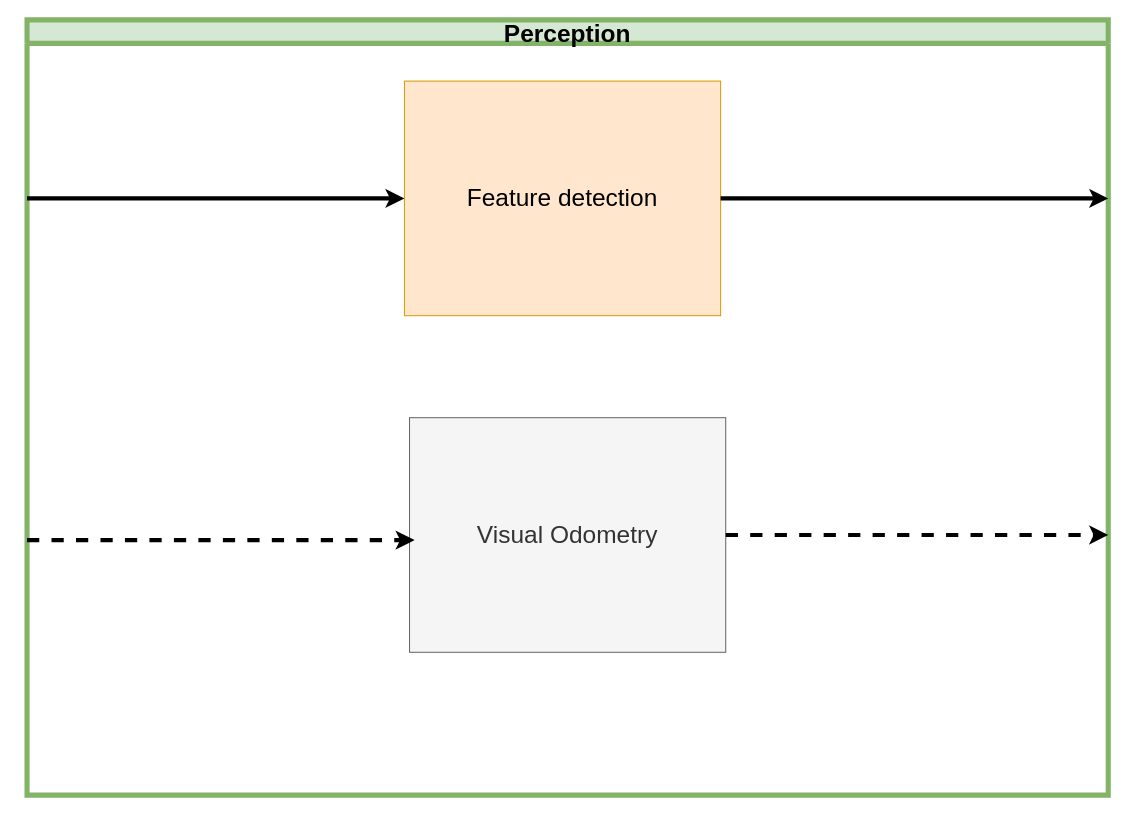
Earlier version of the draw.io diagram page "#2 Perception" (4 of 14) of OutdoorNavigationStructure.drawio (ipa-dmo/ipa_outdoor_docu). Source tidied: cells renumbered, new cells numbered last; positions are measured from the earlier drawing's top-left corner, leaving out a move shared by most shapes. Both pictures are drawn from the tidied source at 102%, with x=0, y=0 at pixel (27, 19).
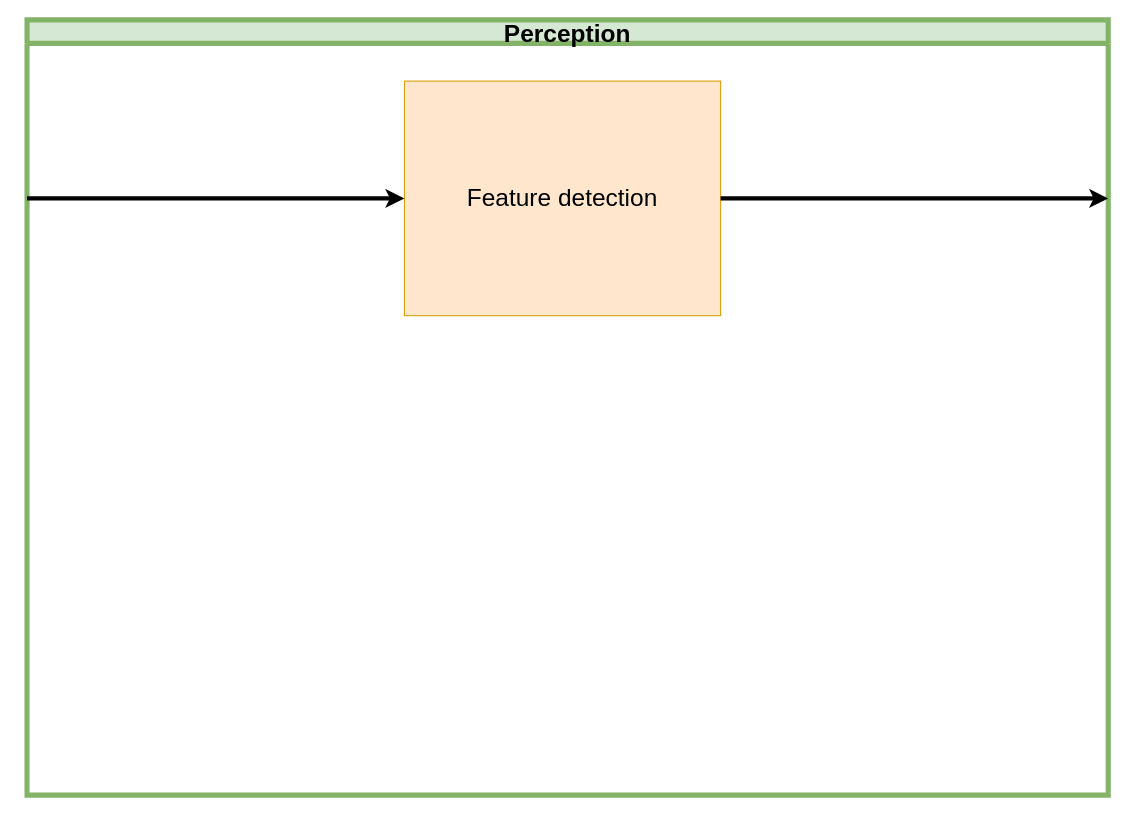
The same page after the edit.

Diff of the diagram source:
```diff
@@
 <mxGraphModel>
   <root>
     <mxCell id="0" />
     <mxCell id="1" parent="0" />
     <mxCell id="2" value="Perception" style="swimlane;fillColor=#d5e8d4;strokeColor=#82b366;fontSize=24;strokeWidth=5;startSize=23;" parent="1" vertex="1">
       <mxGeometry width="1060" height="760" as="geometry" />
     </mxCell>
     <mxCell id="3" value="&lt;font style=&quot;font-size: 24px&quot;&gt;Feature detection&lt;/font&gt;" style="whiteSpace=wrap;html=1;fillColor=#ffe6cc;strokeColor=#d79b00;" parent="2" vertex="1">
       <mxGeometry x="370" y="60" width="310" height="230" as="geometry" />
     </mxCell>
     <mxCell id="4" style="endArrow=classic;html=1;entryX=0;entryY=0.5;entryDx=0;entryDy=0;strokeWidth=4;" parent="2" edge="1" target="3">
       <mxGeometry relative="1" as="geometry">
         <mxPoint y="175" as="sourcePoint" />
       </mxGeometry>
     </mxCell>
     <mxCell id="5" style="endArrow=classic;html=1;strokeWidth=4;exitX=1;exitY=0.5;exitDx=0;exitDy=0;edgeStyle=elbowEdgeStyle;" parent="2" edge="1" source="3">
       <mxGeometry relative="1" as="geometry">
         <mxPoint x="1060" y="175" as="targetPoint" />
       </mxGeometry>
     </mxCell>
-    <mxCell id="6" value="&lt;font style=&quot;font-size: 24px&quot;&gt;Visual Odometry&lt;br&gt;&lt;/font&gt;" style="whiteSpace=wrap;html=1;fillColor=#f5f5f5;strokeColor=#666666;fontColor=#333333;" parent="2" vertex="1">
-      <mxGeometry x="375" y="390" width="310" height="230" as="geometry" />
-    </mxCell>
-    <mxCell id="7" style="endArrow=classic;html=1;entryX=0;entryY=0.5;entryDx=0;entryDy=0;strokeWidth=4;dashed=1;" parent="1" edge="1">
-      <mxGeometry relative="1" as="geometry">
-        <mxPoint y="510" as="sourcePoint" />
-        <mxPoint x="380" y="510" as="targetPoint" />
-      </mxGeometry>
-    </mxCell>
-    <mxCell id="8" style="endArrow=classic;html=1;strokeWidth=4;exitX=1;exitY=0.5;exitDx=0;exitDy=0;dashed=1;" parent="1" edge="1" source="6">
-      <mxGeometry relative="1" as="geometry">
-        <mxPoint x="1060" y="505" as="targetPoint" />
-      </mxGeometry>
-    </mxCell>
   </root>
 </mxGraphModel>
```
